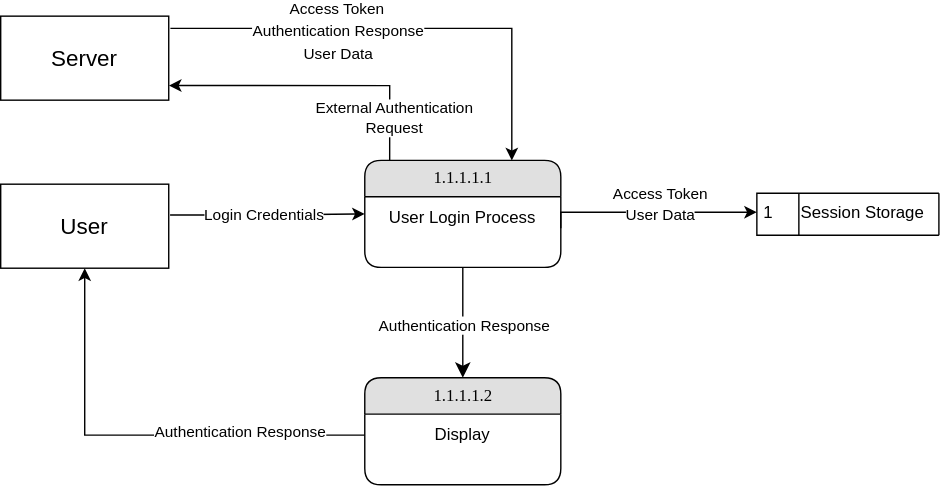
Above: TeamThreeFiles/login dfd.svg in MckennahPalmer/CSE430 (draw.io), before the change. Source tidied: cells renumbered, new cells last; positions are measured from the earlier drawing's top-left corner, leaving out a move shared by most shapes. The source it was exported from:
```xml
<mxGraphModel>
  <root>
    <mxCell id="0" />
    <mxCell id="1" parent="0" />
    <mxCell id="2" style="edgeStyle=orthogonalEdgeStyle;rounded=0;jettySize=auto;html=1;entryX=0;entryY=0.5;entryDx=0;entryDy=0;exitX=1.008;exitY=0.367;exitDx=0;exitDy=0;exitPerimeter=0;" parent="1" edge="1" source="19" target="9">
      <mxGeometry relative="1" as="geometry" />
    </mxCell>
    <mxCell id="3" value="Login Credentials" style="edgeLabel;html=1;align=center;verticalAlign=middle;" parent="2" vertex="1">
      <mxGeometry x="-0.02" y="1" relative="1" as="geometry">
        <mxPoint x="-1" as="offset" />
      </mxGeometry>
    </mxCell>
    <mxCell id="4" style="edgeStyle=orthogonalEdgeStyle;rounded=0;jettySize=auto;html=1;entryX=1.001;entryY=0.826;entryDx=0;entryDy=0;entryPerimeter=0;exitX=0.127;exitY=0.012;exitDx=0;exitDy=0;exitPerimeter=0;" parent="1" edge="1" source="9" target="20">
      <mxGeometry relative="1" as="geometry">
        <Array as="points">
          <mxPoint x="278" y="50" />
        </Array>
      </mxGeometry>
    </mxCell>
    <mxCell id="5" value="External Authentication&lt;br&gt;Request" style="edgeLabel;html=1;align=center;verticalAlign=middle;" parent="4" vertex="1">
      <mxGeometry x="-0.47" relative="1" as="geometry">
        <mxPoint x="5" y="23" as="offset" />
      </mxGeometry>
    </mxCell>
    <mxCell id="6" style="edgeStyle=orthogonalEdgeStyle;rounded=0;jettySize=auto;html=1;entryX=0.75;entryY=0;entryDx=0;entryDy=0;exitX=1.01;exitY=0.145;exitDx=0;exitDy=0;exitPerimeter=0;" parent="1" edge="1" source="20" target="9">
      <mxGeometry relative="1" as="geometry" />
    </mxCell>
    <mxCell id="7" value="Access Token" style="edgeLabel;html=1;align=center;verticalAlign=middle;" parent="6" vertex="1">
      <mxGeometry x="0.32" relative="1" as="geometry">
        <mxPoint x="-105" y="-14" as="offset" />
      </mxGeometry>
    </mxCell>
    <mxCell id="8" style="edgeStyle=none;curved=1;rounded=0;jettySize=auto;html=1;entryX=0.5;entryY=0;entryDx=0;entryDy=0;fontSize=12;startSize=8;endSize=8;" parent="1" edge="1" source="9" target="21">
      <mxGeometry relative="1" as="geometry" />
    </mxCell>
    <mxCell id="9" value="1.1.1.1.1" style="swimlane;html=1;fontStyle=0;horizontal=1;startSize=26;fillColor=#e0e0e0;swimlaneFillColor=#ffffff;align=center;rounded=1;shadow=0;comic=0;labelBackgroundColor=none;strokeWidth=1;fontFamily=Verdana;fontSize=12;" parent="1" vertex="1">
      <mxGeometry x="260" y="103" width="140" height="76.4" as="geometry" />
    </mxCell>
    <mxCell id="10" value="User Login Process" style="text;html=1;strokeColor=none;fillColor=none;align=center;verticalAlign=middle;whiteSpace=wrap;rounded=0;" parent="9" vertex="1">
      <mxGeometry y="26" width="140" height="30" as="geometry" />
    </mxCell>
    <mxCell id="11" value="1&lt;span style=&quot;white-space: pre;&quot;&gt;&#9;&lt;/span&gt;Session Storage" style="html=1;dashed=0;whiteSpace=wrap;shape=mxgraph.dfd.dataStoreID;align=left;spacingLeft=3;points=[[0,0],[0.5,0],[1,0],[0,0.5],[1,0.5],[0,1],[0.5,1],[1,1]];" parent="1" vertex="1">
      <mxGeometry x="540" y="126.4" width="130" height="30" as="geometry" />
    </mxCell>
    <mxCell id="12" style="edgeStyle=orthogonalEdgeStyle;rounded=0;jettySize=auto;html=1;exitX=1;exitY=0.75;exitDx=0;exitDy=0;" parent="1" edge="1" source="10">
      <mxGeometry relative="1" as="geometry">
        <mxPoint x="540" y="140" as="targetPoint" />
        <Array as="points">
          <mxPoint x="409" y="140" />
          <mxPoint x="637" y="140" />
        </Array>
      </mxGeometry>
    </mxCell>
    <mxCell id="13" value="User Data" style="edgeLabel;html=1;align=center;verticalAlign=middle;" parent="12" vertex="1">
      <mxGeometry x="-0.11" y="1" relative="1" as="geometry">
        <mxPoint x="-216" y="-113" as="offset" />
      </mxGeometry>
    </mxCell>
    <mxCell id="14" style="edgeStyle=orthogonalEdgeStyle;rounded=0;jettySize=auto;html=1;entryX=0.5;entryY=1;entryDx=0;entryDy=0;exitX=0;exitY=0.5;exitDx=0;exitDy=0;" parent="1" edge="1" source="22" target="19">
      <mxGeometry relative="1" as="geometry">
        <Array as="points">
          <mxPoint x="60" y="299" />
        </Array>
      </mxGeometry>
    </mxCell>
    <mxCell id="15" value="User Data" style="edgeLabel;html=1;align=center;verticalAlign=middle;" parent="1" vertex="1">
      <mxGeometry x="470" y="141.2" as="geometry" />
    </mxCell>
    <mxCell id="16" value="Access Token" style="edgeLabel;html=1;align=center;verticalAlign=middle;" parent="1" vertex="1">
      <mxGeometry x="470" y="126.4" as="geometry" />
    </mxCell>
    <mxCell id="17" value="Authentication Response" style="edgeLabel;html=1;align=center;verticalAlign=middle;" parent="1" vertex="1">
      <mxGeometry x="240" y="10" as="geometry" />
    </mxCell>
    <mxCell id="18" value="Authentication Response" style="edgeLabel;html=1;align=center;verticalAlign=middle;" parent="1" vertex="1">
      <mxGeometry x="170" y="296.4" as="geometry" />
    </mxCell>
    <mxCell id="19" value="User" style="rounded=0;whiteSpace=wrap;html=1;fontSize=16;" parent="1" vertex="1">
      <mxGeometry y="120" width="120" height="60" as="geometry" />
    </mxCell>
    <mxCell id="20" value="Server" style="rounded=0;whiteSpace=wrap;html=1;fontSize=16;" parent="1" vertex="1">
      <mxGeometry width="120" height="60" as="geometry" />
    </mxCell>
    <mxCell id="21" value="1.1.1.1.2" style="swimlane;html=1;fontStyle=0;horizontal=1;startSize=26;fillColor=#e0e0e0;swimlaneFillColor=#ffffff;align=center;rounded=1;shadow=0;comic=0;labelBackgroundColor=none;strokeWidth=1;fontFamily=Verdana;fontSize=12;" parent="1" vertex="1">
      <mxGeometry x="260" y="258.2" width="140" height="76.4" as="geometry" />
    </mxCell>
    <mxCell id="22" value="Display" style="text;html=1;strokeColor=none;fillColor=none;align=center;verticalAlign=middle;whiteSpace=wrap;rounded=0;" parent="21" vertex="1">
      <mxGeometry y="26" width="140" height="30" as="geometry" />
    </mxCell>
    <mxCell id="23" value="Authentication Response" style="edgeLabel;html=1;align=center;verticalAlign=middle;" parent="1" vertex="1">
      <mxGeometry x="330" y="220" as="geometry" />
    </mxCell>
    <mxCell id="24" style="endArrow=none;html=1;rounded=0;fontSize=12;startSize=8;endSize=8;curved=1;entryX=1;entryY=0;entryDx=0;entryDy=0;exitX=1;exitY=1;exitDx=0;exitDy=0;" parent="1" edge="1" source="11" target="11">
      <mxGeometry relative="1" as="geometry" />
    </mxCell>
  </root>
</mxGraphModel>
```
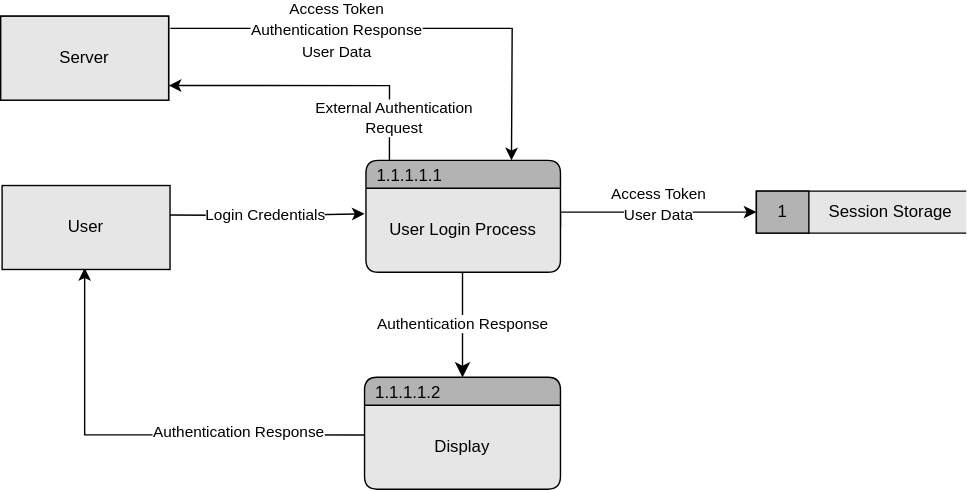
Above is the later version.

Change to the diagram source:
```diff
@@ -2,16 +2,20 @@
   <root>
     <mxCell id="0" />
     <mxCell id="1" parent="0" />
-    <mxCell id="2" style="edgeStyle=orthogonalEdgeStyle;rounded=0;jettySize=auto;html=1;entryX=0;entryY=0.5;entryDx=0;entryDy=0;exitX=1.008;exitY=0.367;exitDx=0;exitDy=0;exitPerimeter=0;" parent="1" edge="1" source="19" target="9">
-      <mxGeometry relative="1" as="geometry" />
+    <mxCell id="2" style="edgeStyle=orthogonalEdgeStyle;rounded=0;orthogonalLoop=1;jettySize=auto;html=1;entryX=0;entryY=0.5;entryDx=0;entryDy=0;exitX=1.008;exitY=0.367;exitDx=0;exitDy=0;exitPerimeter=0;" parent="1" edge="1">
+      <mxGeometry relative="1" as="geometry">
+        <mxPoint x="121" y="142" as="sourcePoint" />
+        <mxPoint x="260" y="141.2" as="targetPoint" />
+      </mxGeometry>
     </mxCell>
     <mxCell id="3" value="Login Credentials" style="edgeLabel;html=1;align=center;verticalAlign=middle;" parent="2" vertex="1">
       <mxGeometry x="-0.02" y="1" relative="1" as="geometry">
         <mxPoint x="-1" as="offset" />
       </mxGeometry>
     </mxCell>
-    <mxCell id="4" style="edgeStyle=orthogonalEdgeStyle;rounded=0;jettySize=auto;html=1;entryX=1.001;entryY=0.826;entryDx=0;entryDy=0;entryPerimeter=0;exitX=0.127;exitY=0.012;exitDx=0;exitDy=0;exitPerimeter=0;" parent="1" edge="1" source="9" target="20">
+    <mxCell id="4" style="edgeStyle=orthogonalEdgeStyle;rounded=0;jettySize=auto;html=1;entryX=1.001;entryY=0.826;entryDx=0;entryDy=0;entryPerimeter=0;exitX=0.127;exitY=0.012;exitDx=0;exitDy=0;exitPerimeter=0;" parent="1" edge="1" target="20">
       <mxGeometry relative="1" as="geometry">
+        <mxPoint x="277.8" y="103.9" as="sourcePoint" />
         <Array as="points">
           <mxPoint x="278" y="50" />
         </Array>
@@ -22,28 +26,25 @@
         <mxPoint x="5" y="23" as="offset" />
       </mxGeometry>
     </mxCell>
-    <mxCell id="6" style="edgeStyle=orthogonalEdgeStyle;rounded=0;jettySize=auto;html=1;entryX=0.75;entryY=0;entryDx=0;entryDy=0;exitX=1.01;exitY=0.145;exitDx=0;exitDy=0;exitPerimeter=0;" parent="1" edge="1" source="20" target="9">
-      <mxGeometry relative="1" as="geometry" />
+    <mxCell id="6" style="edgeStyle=orthogonalEdgeStyle;rounded=0;jettySize=auto;html=1;entryX=0.75;entryY=0;entryDx=0;entryDy=0;exitX=1.01;exitY=0.145;exitDx=0;exitDy=0;exitPerimeter=0;" parent="1" edge="1" source="20">
+      <mxGeometry relative="1" as="geometry">
+        <mxPoint x="365" y="103" as="targetPoint" />
+      </mxGeometry>
     </mxCell>
     <mxCell id="7" value="Access Token" style="edgeLabel;html=1;align=center;verticalAlign=middle;" parent="6" vertex="1">
       <mxGeometry x="0.32" relative="1" as="geometry">
         <mxPoint x="-105" y="-14" as="offset" />
       </mxGeometry>
     </mxCell>
-    <mxCell id="8" style="edgeStyle=none;curved=1;rounded=0;jettySize=auto;html=1;entryX=0.5;entryY=0;entryDx=0;entryDy=0;fontSize=12;startSize=8;endSize=8;" parent="1" edge="1" source="9" target="21">
-      <mxGeometry relative="1" as="geometry" />
+    <mxCell id="8" style="edgeStyle=none;curved=1;rounded=0;orthogonalLoop=1;jettySize=auto;html=1;entryX=0.5;entryY=0;entryDx=0;entryDy=0;fontSize=12;startSize=8;endSize=8;" parent="1" edge="1">
+      <mxGeometry relative="1" as="geometry">
+        <mxPoint x="330" y="179.4" as="sourcePoint" />
+        <mxPoint x="330" y="258.2" as="targetPoint" />
+      </mxGeometry>
     </mxCell>
-    <mxCell id="9" value="1.1.1.1.1" style="swimlane;html=1;fontStyle=0;horizontal=1;startSize=26;fillColor=#e0e0e0;swimlaneFillColor=#ffffff;align=center;rounded=1;shadow=0;comic=0;labelBackgroundColor=none;strokeWidth=1;fontFamily=Verdana;fontSize=12;" parent="1" vertex="1">
-      <mxGeometry x="260" y="103" width="140" height="76.4" as="geometry" />
-    </mxCell>
-    <mxCell id="10" value="User Login Process" style="text;html=1;strokeColor=none;fillColor=none;align=center;verticalAlign=middle;whiteSpace=wrap;rounded=0;" parent="9" vertex="1">
-      <mxGeometry y="26" width="140" height="30" as="geometry" />
-    </mxCell>
-    <mxCell id="11" value="1&lt;span style=&quot;white-space: pre;&quot;&gt;&#9;&lt;/span&gt;Session Storage" style="html=1;dashed=0;whiteSpace=wrap;shape=mxgraph.dfd.dataStoreID;align=left;spacingLeft=3;points=[[0,0],[0.5,0],[1,0],[0,0.5],[1,0.5],[0,1],[0.5,1],[1,1]];" parent="1" vertex="1">
-      <mxGeometry x="540" y="126.4" width="130" height="30" as="geometry" />
-    </mxCell>
-    <mxCell id="12" style="edgeStyle=orthogonalEdgeStyle;rounded=0;jettySize=auto;html=1;exitX=1;exitY=0.75;exitDx=0;exitDy=0;" parent="1" edge="1" source="10">
+    <mxCell id="12" style="edgeStyle=orthogonalEdgeStyle;rounded=0;orthogonalLoop=1;jettySize=auto;html=1;exitX=1;exitY=0.75;exitDx=0;exitDy=0;" parent="1" edge="1">
       <mxGeometry relative="1" as="geometry">
+        <mxPoint x="400" y="151.5" as="sourcePoint" />
         <mxPoint x="540" y="140" as="targetPoint" />
         <Array as="points">
           <mxPoint x="409" y="140" />
@@ -56,8 +57,10 @@
         <mxPoint x="-216" y="-113" as="offset" />
       </mxGeometry>
     </mxCell>
-    <mxCell id="14" style="edgeStyle=orthogonalEdgeStyle;rounded=0;jettySize=auto;html=1;entryX=0.5;entryY=1;entryDx=0;entryDy=0;exitX=0;exitY=0.5;exitDx=0;exitDy=0;" parent="1" edge="1" source="22" target="19">
+    <mxCell id="14" style="edgeStyle=orthogonalEdgeStyle;rounded=0;orthogonalLoop=1;jettySize=auto;html=1;entryX=0.5;entryY=1;entryDx=0;entryDy=0;exitX=0;exitY=0.5;exitDx=0;exitDy=0;" parent="1" edge="1">
       <mxGeometry relative="1" as="geometry">
+        <mxPoint x="260" y="299.2" as="sourcePoint" />
+        <mxPoint x="60" y="180" as="targetPoint" />
         <Array as="points">
           <mxPoint x="60" y="299" />
         </Array>
@@ -75,23 +78,44 @@
     <mxCell id="18" value="Authentication Response" style="edgeLabel;html=1;align=center;verticalAlign=middle;" parent="1" vertex="1">
       <mxGeometry x="170" y="296.4" as="geometry" />
     </mxCell>
-    <mxCell id="19" value="User" style="rounded=0;whiteSpace=wrap;html=1;fontSize=16;" parent="1" vertex="1">
-      <mxGeometry y="120" width="120" height="60" as="geometry" />
-    </mxCell>
     <mxCell id="20" value="Server" style="rounded=0;whiteSpace=wrap;html=1;fontSize=16;" parent="1" vertex="1">
       <mxGeometry width="120" height="60" as="geometry" />
     </mxCell>
+    <mxCell id="23" value="Authentication Response" style="edgeLabel;html=1;align=center;verticalAlign=middle;" parent="1" vertex="1">
+      <mxGeometry x="330" y="220" as="geometry" />
+    </mxCell>
-    <mxCell id="21" value="1.1.1.1.2" style="swimlane;html=1;fontStyle=0;horizontal=1;startSize=26;fillColor=#e0e0e0;swimlaneFillColor=#ffffff;align=center;rounded=1;shadow=0;comic=0;labelBackgroundColor=none;strokeWidth=1;fontFamily=Verdana;fontSize=12;" parent="1" vertex="1">
-      <mxGeometry x="260" y="258.2" width="140" height="76.4" as="geometry" />
+    <mxCell id="21" value="1.1.1.1.2" style="swimlane;fontStyle=0;horizontal=1;startSize=20;fillColor=#B3B3B3;swimlaneFillColor=#E6E6E6;rounded=1;strokeColor=default;align=left;verticalAlign=middle;fontFamily=Helvetica;fontSize=12;fontColor=default;spacingLeft=6;shadow=0;" parent="1" vertex="1">
+      <mxGeometry x="260" y="258" width="140" height="80" as="geometry" />
     </mxCell>
-    <mxCell id="22" value="Display" style="text;html=1;strokeColor=none;fillColor=none;align=center;verticalAlign=middle;whiteSpace=wrap;rounded=0;" parent="21" vertex="1">
-      <mxGeometry y="26" width="140" height="30" as="geometry" />
+    <mxCell id="22" value="Display" style="text;html=1;strokeColor=none;fillColor=none;align=center;verticalAlign=middle;whiteSpace=wrap;rounded=0;fontSize=12;fontFamily=Helvetica;fontColor=default;" parent="21" vertex="1">
+      <mxGeometry y="20" width="140" height="60" as="geometry" />
     </mxCell>
-    <mxCell id="23" value="Authentication Response" style="edgeLabel;html=1;align=center;verticalAlign=middle;" parent="1" vertex="1">
-      <mxGeometry x="330" y="220" as="geometry" />
-    </mxCell>
-    <mxCell id="24" style="endArrow=none;html=1;rounded=0;fontSize=12;startSize=8;endSize=8;curved=1;entryX=1;entryY=0;entryDx=0;entryDy=0;exitX=1;exitY=1;exitDx=0;exitDy=0;" parent="1" edge="1" source="11" target="11">
-      <mxGeometry relative="1" as="geometry" />
-    </mxCell>
+    <mxCell id="9" value="1.1.1.1.1" style="swimlane;fontStyle=0;horizontal=1;startSize=20;fillColor=#B3B3B3;swimlaneFillColor=#E6E6E6;rounded=1;strokeColor=default;align=left;verticalAlign=middle;fontFamily=Helvetica;fontSize=12;fontColor=default;spacingLeft=6;shadow=0;" parent="1" vertex="1">
+      <mxGeometry x="261" y="103" width="139" height="80" as="geometry" />
+    </mxCell>
+    <mxCell id="10" value="User Login Process" style="text;html=1;strokeColor=none;fillColor=none;align=center;verticalAlign=middle;whiteSpace=wrap;rounded=0;fontSize=12;fontFamily=Helvetica;fontColor=default;" parent="9" vertex="1">
+      <mxGeometry y="20" width="139" height="60" as="geometry" />
+    </mxCell>
+    <mxCell id="25" style="group;" parent="1" vertex="1">
+      <mxGeometry x="540" y="125" width="150" height="30" as="geometry" />
+    </mxCell>
+    <mxCell id="26" style="html=1;dashed=0;whiteSpace=wrap;shape=mxgraph.dfd.dataStoreID;align=left;spacingLeft=3;rounded=1;strokeColor=default;verticalAlign=middle;fontFamily=Helvetica;fontSize=12;fontColor=default;startSize=20;fillColor=#E6E6E6;shadow=0;" parent="25" vertex="1">
+      <mxGeometry width="150" height="30" as="geometry" />
+    </mxCell>
+    <mxCell id="27" style="rounded=0;whiteSpace=wrap;html=1;strokeColor=default;align=center;verticalAlign=middle;fontFamily=Helvetica;fontSize=12;fontColor=default;startSize=20;fillColor=#B3B3B3;" parent="25" vertex="1">
+      <mxGeometry width="37.5" height="30" as="geometry" />
+    </mxCell>
+    <mxCell id="28" value="1" style="text;html=1;strokeColor=none;fillColor=none;align=center;verticalAlign=middle;whiteSpace=wrap;rounded=0;fontSize=12;fontFamily=Helvetica;fontColor=default;" parent="25" vertex="1">
+      <mxGeometry width="37.5" height="30" as="geometry" />
+    </mxCell>
+    <mxCell id="29" value="Session Storage" style="text;html=1;strokeColor=none;fillColor=none;align=left;verticalAlign=middle;whiteSpace=wrap;rounded=0;fontSize=12;fontFamily=Helvetica;fontColor=default;" parent="25" vertex="1">
+      <mxGeometry x="50" width="100" height="30" as="geometry" />
+    </mxCell>
+    <mxCell id="19" value="User" style="rounded=0;whiteSpace=wrap;html=1;strokeColor=default;align=center;verticalAlign=middle;fontFamily=Helvetica;fontSize=12;fontColor=default;startSize=20;fillColor=#E6E6E6;" parent="1" vertex="1">
+      <mxGeometry x="1" y="121" width="120" height="60" as="geometry" />
+    </mxCell>
+    <mxCell id="30" value="Server" style="rounded=0;whiteSpace=wrap;html=1;strokeColor=default;align=center;verticalAlign=middle;fontFamily=Helvetica;fontSize=12;fontColor=default;startSize=20;fillColor=#E6E6E6;" parent="1" vertex="1">
+      <mxGeometry width="120" height="60" as="geometry" />
+    </mxCell>
   </root>
 </mxGraphModel>
```
